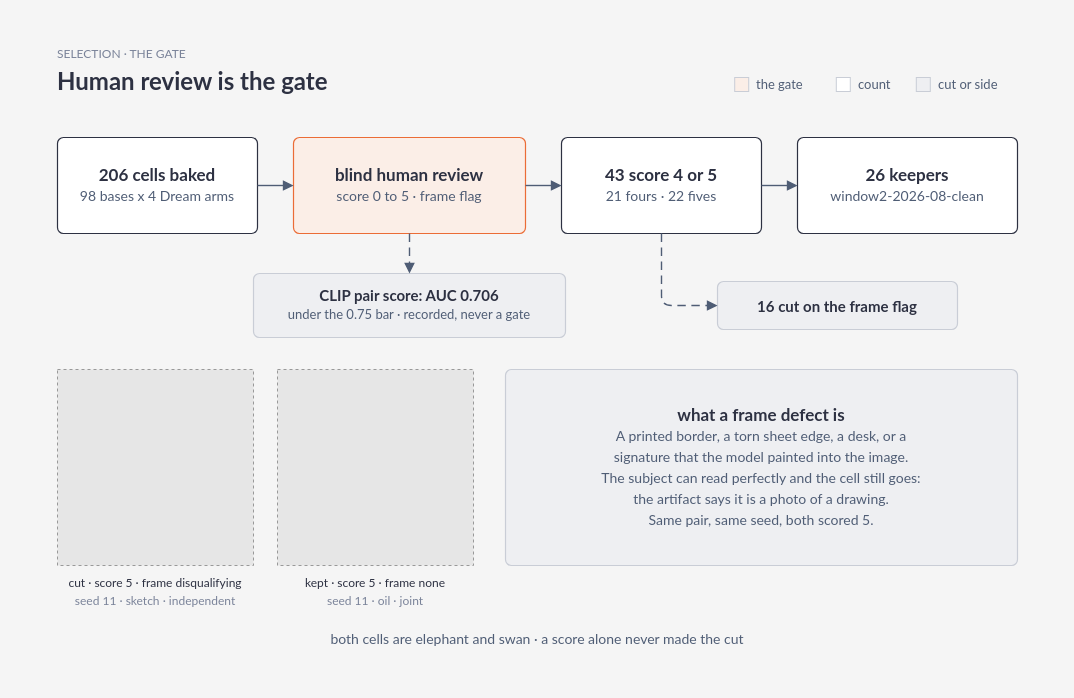
Portocolom-Studio/potocolom keeps this draw.io diagram as docs/figures/review.drawio. Above is the earlier version. Source tidied: cells renumbered, new cells numbered last; positions are measured from the earlier drawing's top-left corner, leaving out a move shared by most shapes. Both pictures are drawn from the tidied source at 100%, with x=0, y=0 at pixel (17, 17). Pictures stored in the file or linked from it are replaced by grey dashed boxes.
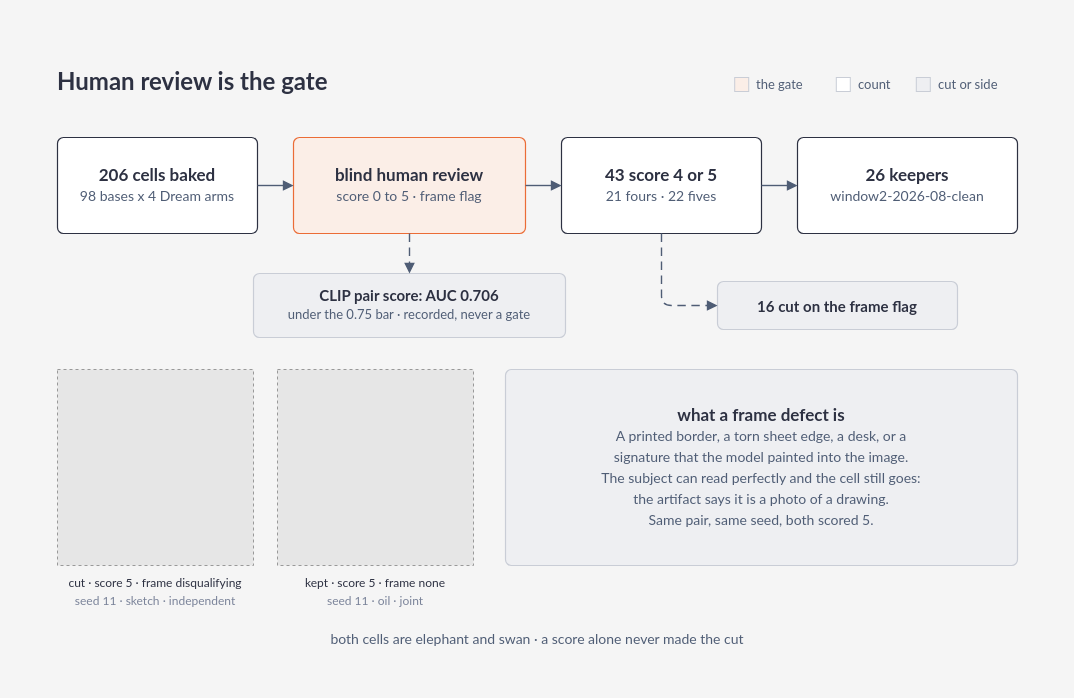
After the change.

What changed in the source:
```diff
@@
     <mxCell id="2" style="rounded=0;absoluteArcSize=1;arcSize=12;whiteSpace=wrap;html=1;fillColor=#f5f5f5;strokeColor=none;strokeWidth=1.2;fontFamily=Lato;fontSize=16;fontColor=#2d3142;fontStyle=1;align=center;verticalAlign=middle;spacing=10;selectable=0;" parent="1" vertex="1">
-      <mxGeometry width="1040" height="664" as="geometry" />
+      <mxGeometry y="20" width="1040" height="644" as="geometry" />
     </mxCell>
-    <mxCell id="3" value="SELECTION · THE GATE" style="text;html=1;whiteSpace=wrap;fontFamily=Lato;fontSize=12;fontColor=#7a8399;fontStyle=0;align=left;verticalAlign=middle;spacing=0;" parent="1" vertex="1">
-      <mxGeometry x="40" y="28" width="960" height="18" as="geometry" />
-    </mxCell>
```
